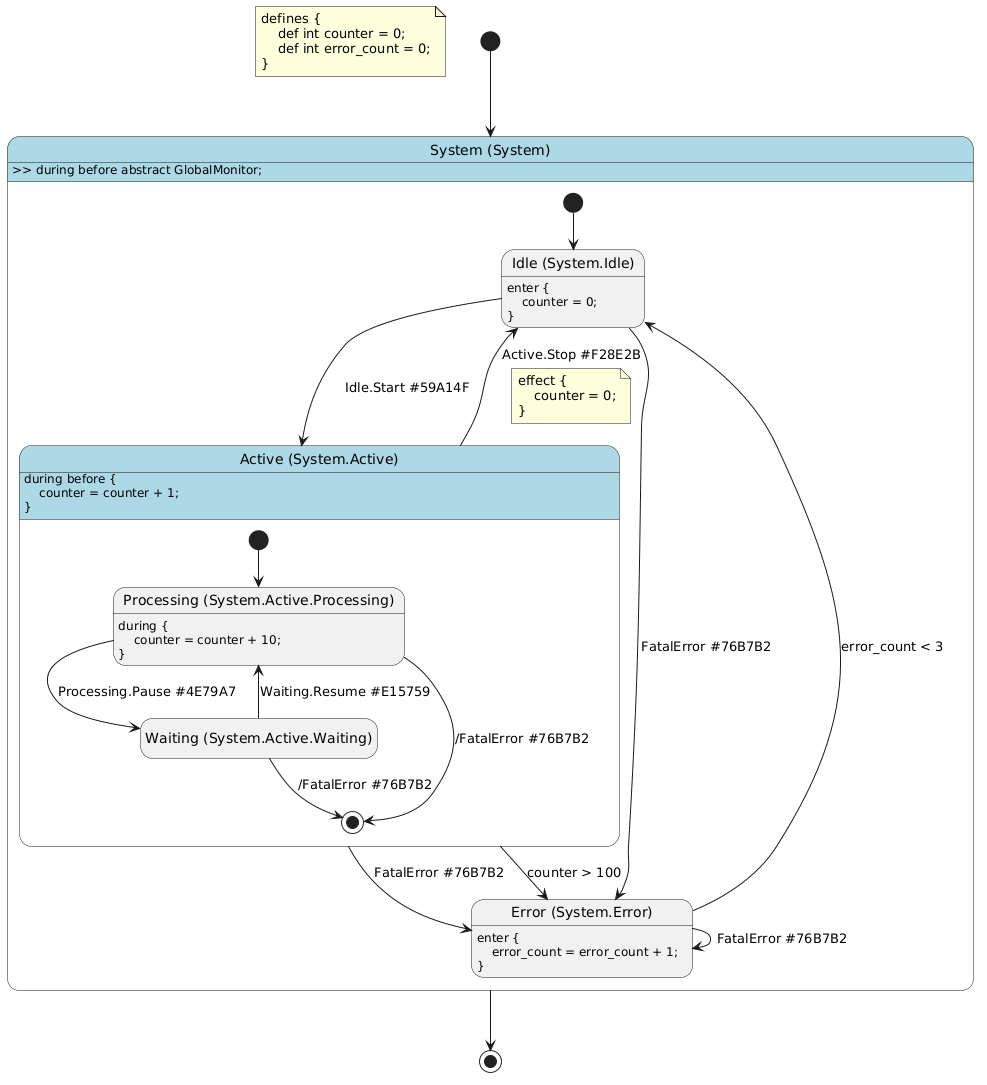
Earlier version of the PlantUML export docs/source/tutorials/visualization/output_advanced.puml.png (HansBug/pyfcstm). Source of this version:
```plantuml
@startuml
hide empty description

skinparam state {
  BackgroundColor<<pseudo>> LightGray
  BackgroundColor<<composite>> LightBlue
  BorderColor<<pseudo>> Gray
  FontStyle<<pseudo>> italic
}

note as DefinitionNote
defines {
    def int counter = 0;
    def int error_count = 0;
}
end note

state "System (System)" as system <<composite>> {
    state "Idle (System.Idle)" as system__idle
    system__idle : enter {\n    counter = 0;\n}
    state "Active (System.Active)" as system__active <<composite>> {
        state "Processing (System.Active.Processing)" as system__active__processing
        system__active__processing : during {\n    counter = counter + 10;\n}
        state "Waiting (System.Active.Waiting)" as system__active__waiting
        system__active__processing --> [*] : /FatalError #76B7B2
        system__active__waiting --> [*] : /FatalError #76B7B2
        [*] --> system__active__processing
        system__active__processing --> system__active__waiting : Processing.Pause #4E79A7
        system__active__waiting --> system__active__processing : Waiting.Resume #E15759
    }
    system__active : during before {\n    counter = counter + 1;\n}
    state "Error (System.Error)" as system__error
    system__error : enter {\n    error_count = error_count + 1;\n}
    system__idle --> system__error : FatalError #76B7B2
    system__active --> system__error : FatalError #76B7B2
    system__error --> system__error : FatalError #76B7B2
    [*] --> system__idle
    system__idle --> system__active : Idle.Start #59A14F
    system__active --> system__idle : Active.Stop #F28E2B
    note on link
    effect {
        counter = 0;
    }
    end note
    system__active --> system__error : counter > 100
    system__error --> system__idle : error_count < 3
}
system : >> during before abstract GlobalMonitor;
[*] --> system
system --> [*]
@enduml
```
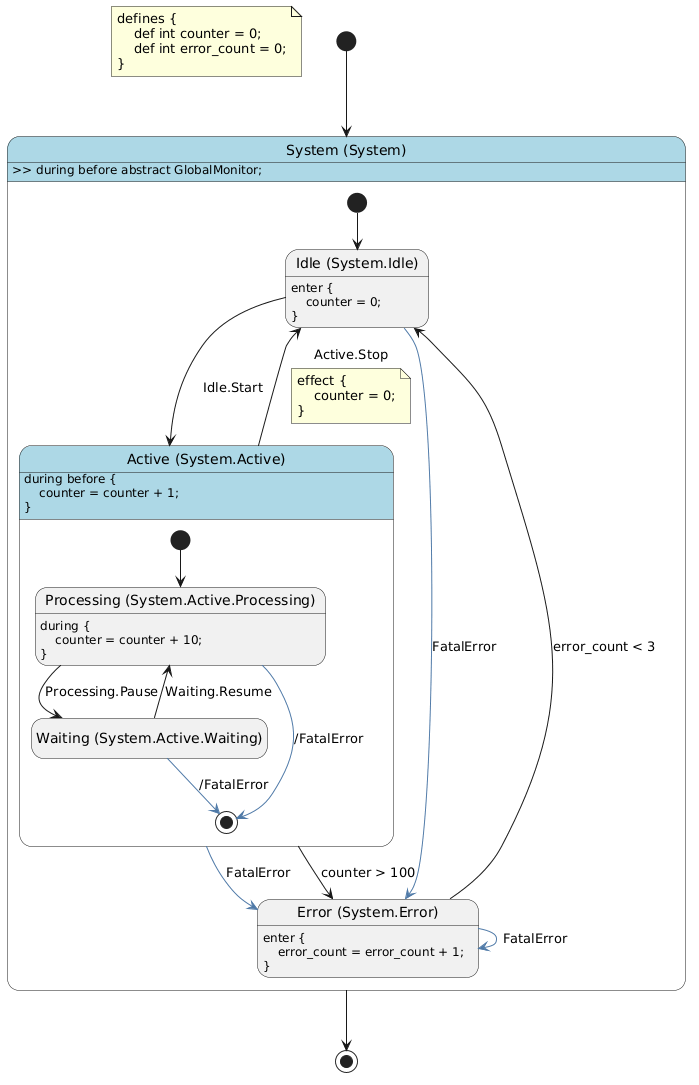
After the commit.

Commit message:
feat: refine event color strategy for PlantUML transitions

The edit, as a diff of the source:
```diff
@@ -22,21 +22,21 @@
         state "Processing (System.Active.Processing)" as system__active__processing
         system__active__processing : during {\n    counter = counter + 10;\n}
         state "Waiting (System.Active.Waiting)" as system__active__waiting
-        system__active__processing --> [*] : /FatalError #76B7B2
-        system__active__waiting --> [*] : /FatalError #76B7B2
+        system__active__processing -[#4E79A7]-> [*] : /FatalError
+        system__active__waiting -[#4E79A7]-> [*] : /FatalError
         [*] --> system__active__processing
-        system__active__processing --> system__active__waiting : Processing.Pause #4E79A7
-        system__active__waiting --> system__active__processing : Waiting.Resume #E15759
+        system__active__processing --> system__active__waiting : Processing.Pause
+        system__active__waiting --> system__active__processing : Waiting.Resume
     }
     system__active : during before {\n    counter = counter + 1;\n}
     state "Error (System.Error)" as system__error
     system__error : enter {\n    error_count = error_count + 1;\n}
-    system__idle --> system__error : FatalError #76B7B2
-    system__active --> system__error : FatalError #76B7B2
-    system__error --> system__error : FatalError #76B7B2
+    system__idle -[#4E79A7]-> system__error : FatalError
+    system__active -[#4E79A7]-> system__error : FatalError
+    system__error -[#4E79A7]-> system__error : FatalError
     [*] --> system__idle
-    system__idle --> system__active : Idle.Start #59A14F
-    system__active --> system__idle : Active.Stop #F28E2B
+    system__idle --> system__active : Idle.Start
+    system__active --> system__idle : Active.Stop
     note on link
     effect {
         counter = 0;
```
